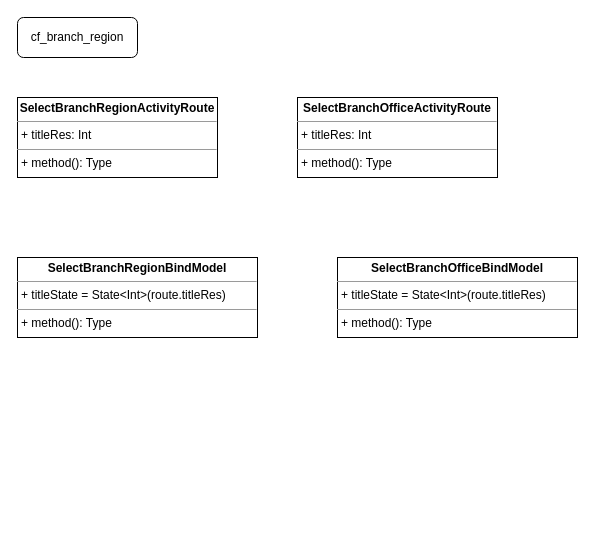
Earlier version of the draw.io diagram UNI-15928.drawio (ShiryaevNikolay/diagrams). Source tidied: cells renumbered, new cells numbered last; positions are measured from the earlier drawing's top-left corner, leaving out a move shared by most shapes. Both pictures are drawn from the tidied source at 100%, with x=0, y=0 at pixel (17, 17).
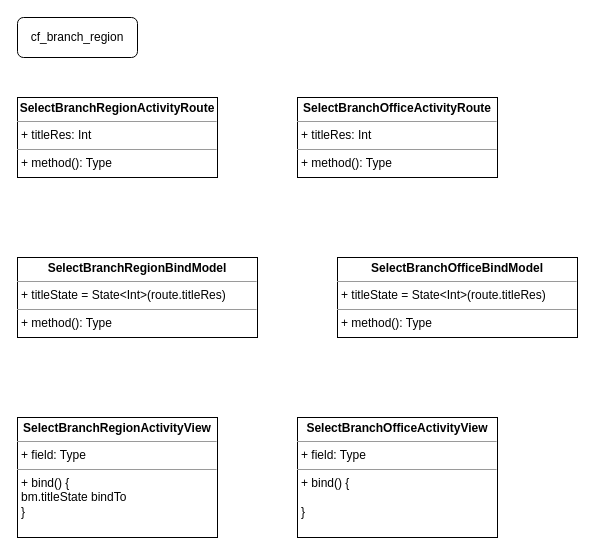
Above is the later version.

What changed in the source:
```diff
@@
 <mxGraphModel>
   <root>
     <mxCell id="0" />
     <mxCell id="1" parent="0" />
     <mxCell id="2" value="cf_branch_region" style="rounded=1;whiteSpace=wrap;html=1;" parent="1" vertex="1">
       <mxGeometry width="120" height="40" as="geometry" />
     </mxCell>
     <mxCell id="3" value="&lt;p style=&quot;margin: 0px ; margin-top: 4px ; text-align: center&quot;&gt;&lt;b&gt;SelectBranchRegionActivityRoute&lt;/b&gt;&lt;/p&gt;&lt;hr size=&quot;1&quot;&gt;&lt;p style=&quot;margin: 0px ; margin-left: 4px&quot;&gt;+ titleRes: Int&lt;br&gt;&lt;/p&gt;&lt;hr size=&quot;1&quot;&gt;&lt;p style=&quot;margin: 0px ; margin-left: 4px&quot;&gt;+ method(): Type&lt;/p&gt;" style="verticalAlign=top;align=left;overflow=fill;fontSize=12;fontFamily=Helvetica;html=1;" parent="1" vertex="1">
       <mxGeometry y="80" width="200" height="80" as="geometry" />
     </mxCell>
     <mxCell id="4" value="&lt;p style=&quot;margin: 0px ; margin-top: 4px ; text-align: center&quot;&gt;&lt;b&gt;SelectBranchOfficeActivityRoute&lt;/b&gt;&lt;/p&gt;&lt;hr size=&quot;1&quot;&gt;&lt;p style=&quot;margin: 0px ; margin-left: 4px&quot;&gt;+ titleRes: Int&lt;br&gt;&lt;/p&gt;&lt;hr size=&quot;1&quot;&gt;&lt;p style=&quot;margin: 0px ; margin-left: 4px&quot;&gt;+ method(): Type&lt;/p&gt;" style="verticalAlign=top;align=left;overflow=fill;fontSize=12;fontFamily=Helvetica;html=1;" parent="1" vertex="1">
       <mxGeometry x="280" y="80" width="200" height="80" as="geometry" />
     </mxCell>
     <mxCell id="5" value="&lt;p style=&quot;margin: 0px ; margin-top: 4px ; text-align: center&quot;&gt;&lt;b&gt;SelectBranchRegionBindModel&lt;/b&gt;&lt;/p&gt;&lt;hr size=&quot;1&quot;&gt;&lt;p style=&quot;margin: 0px ; margin-left: 4px&quot;&gt;+ titleState = State&amp;lt;Int&amp;gt;(route.titleRes)&lt;br&gt;&lt;/p&gt;&lt;hr size=&quot;1&quot;&gt;&lt;p style=&quot;margin: 0px ; margin-left: 4px&quot;&gt;+ method(): Type&lt;/p&gt;" style="verticalAlign=top;align=left;overflow=fill;fontSize=12;fontFamily=Helvetica;html=1;" parent="1" vertex="1">
       <mxGeometry y="240" width="240" height="80" as="geometry" />
     </mxCell>
     <mxCell id="6" value="&lt;p style=&quot;margin: 0px ; margin-top: 4px ; text-align: center&quot;&gt;&lt;b&gt;SelectBranchOfficeBindModel&lt;/b&gt;&lt;/p&gt;&lt;hr size=&quot;1&quot;&gt;&lt;p style=&quot;margin: 0px ; margin-left: 4px&quot;&gt;+ titleState = State&amp;lt;Int&amp;gt;(route.titleRes)&lt;br&gt;&lt;/p&gt;&lt;hr size=&quot;1&quot;&gt;&lt;p style=&quot;margin: 0px ; margin-left: 4px&quot;&gt;+ method(): Type&lt;/p&gt;" style="verticalAlign=top;align=left;overflow=fill;fontSize=12;fontFamily=Helvetica;html=1;" parent="1" vertex="1">
       <mxGeometry x="320" y="240" width="240" height="80" as="geometry" />
     </mxCell>
+    <mxCell id="7" value="&lt;p style=&quot;margin: 0px ; margin-top: 4px ; text-align: center&quot;&gt;&lt;b&gt;SelectBranchRegionActivityView&lt;/b&gt;&lt;/p&gt;&lt;hr size=&quot;1&quot;&gt;&lt;p style=&quot;margin: 0px ; margin-left: 4px&quot;&gt;+ field: Type&lt;/p&gt;&lt;hr size=&quot;1&quot;&gt;&lt;p style=&quot;margin: 0px ; margin-left: 4px&quot;&gt;+ bind() {&lt;/p&gt;&lt;p style=&quot;margin: 0px ; margin-left: 4px&quot;&gt;bm.titleState bindTo&lt;br&gt;&lt;/p&gt;&lt;p style=&quot;margin: 0px ; margin-left: 4px&quot;&gt;}&lt;br&gt;&lt;/p&gt;" style="verticalAlign=top;align=left;overflow=fill;fontSize=12;fontFamily=Helvetica;html=1;" parent="1" vertex="1">
+      <mxGeometry y="400" width="200" height="120" as="geometry" />
+    </mxCell>
+    <mxCell id="8" value="&lt;p style=&quot;margin: 0px ; margin-top: 4px ; text-align: center&quot;&gt;&lt;b&gt;SelectBranchOfficeActivityView&lt;/b&gt;&lt;/p&gt;&lt;hr size=&quot;1&quot;&gt;&lt;p style=&quot;margin: 0px ; margin-left: 4px&quot;&gt;+ field: Type&lt;/p&gt;&lt;hr size=&quot;1&quot;&gt;&lt;p style=&quot;margin: 0px ; margin-left: 4px&quot;&gt;+ bind() {&lt;/p&gt;&lt;p style=&quot;margin: 0px ; margin-left: 4px&quot;&gt;&lt;br&gt;&lt;/p&gt;&lt;p style=&quot;margin: 0px ; margin-left: 4px&quot;&gt;}&lt;br&gt;&lt;/p&gt;" style="verticalAlign=top;align=left;overflow=fill;fontSize=12;fontFamily=Helvetica;html=1;" parent="1" vertex="1">
+      <mxGeometry x="280" y="400" width="200" height="120" as="geometry" />
+    </mxCell>
   </root>
 </mxGraphModel>
```
